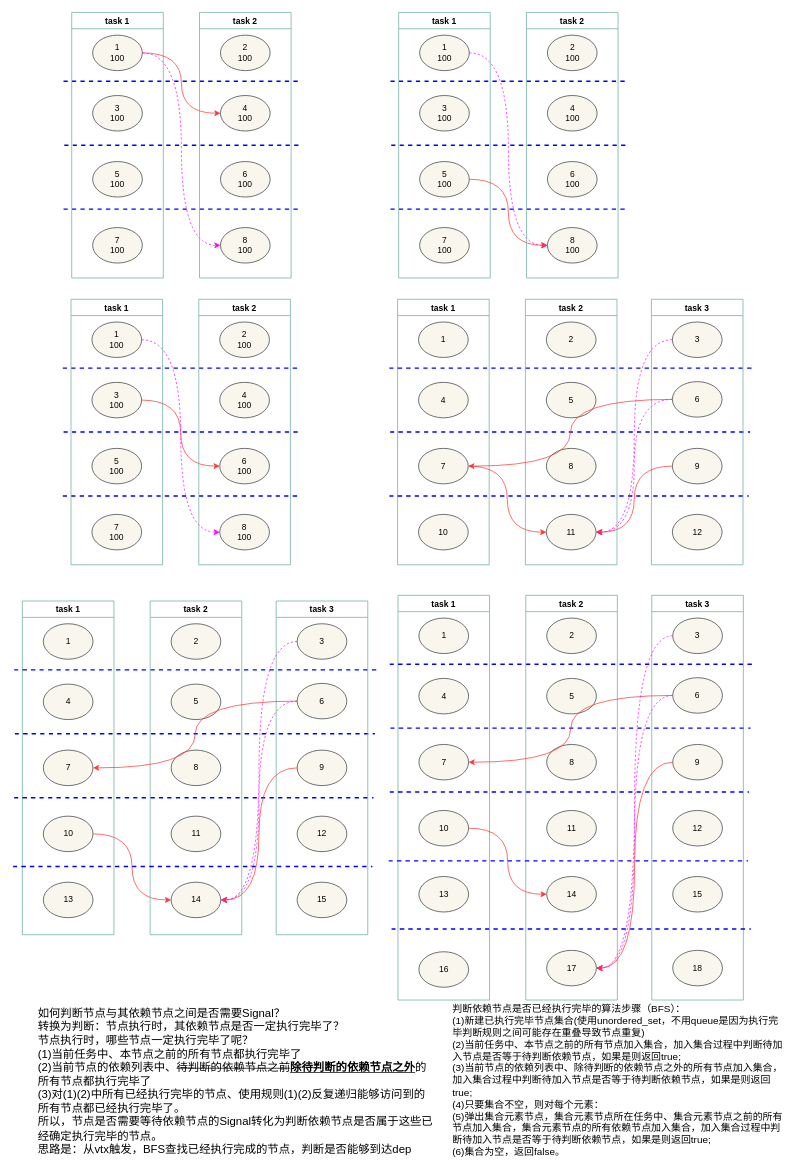
Earlier version of the draw.io diagram SimplifyDependency.drawio (Dercury/CLDK). Source tidied: cells renumbered, new cells numbered last; positions are measured from the earlier drawing's top-left corner, leaving out a move shared by most shapes. Both pictures are drawn from the tidied source at 71%, with x=0, y=0 at pixel (13, 12).
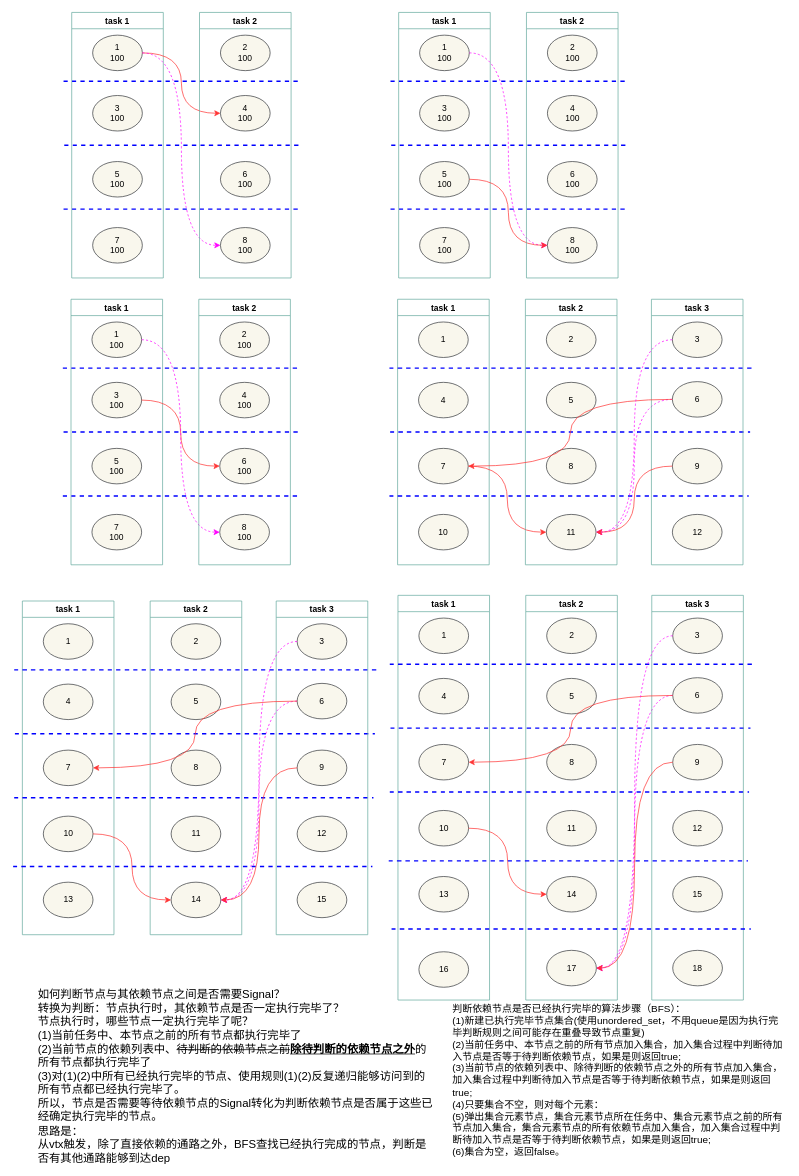
After the change.

Diff of the diagram source:
```diff
@@
-    <mxCell id="125" value="如何判断节点与其依赖节点之间是否需要Signal？&lt;br style=&quot;font-size: 16px;&quot;&gt;转换为判断：节点执行时，其依赖节点是否一定执行完毕了？&lt;br&gt;节点执行时，哪些节点一定执行完毕了呢？&lt;br style=&quot;font-size: 16px;&quot;&gt;(1)当前任务中、本节点之前的所有节点都执行完毕了&lt;br style=&quot;font-size: 16px;&quot;&gt;(2)当前节点的依赖列表中、&lt;strike&gt;待判断的依赖节点之前&lt;/strike&gt;&lt;u&gt;&lt;b&gt;除待判断的依赖节点之外&lt;/b&gt;&lt;/u&gt;的所有节点都执行完毕了&lt;br style=&quot;font-size: 16px;&quot;&gt;&lt;div style=&quot;font-size: 16px;&quot;&gt;&lt;span style=&quot;background-color: initial; font-size: 16px;&quot;&gt;(3)对(1)(2)中所有已经执行完毕的节点、使用规则(1)(2)反复递归能够访问到的所有节点都已经执行完毕了。&lt;/span&gt;&lt;/div&gt;&lt;div style=&quot;font-size: 16px;&quot;&gt;&lt;span style=&quot;background-color: initial; font-size: 16px;&quot;&gt;所以，节点是否需要等待依赖节点的Signal转化为判断依赖节点是否属于这些已经确定执行完毕的节点。&lt;/span&gt;&lt;/div&gt;&lt;div style=&quot;&quot;&gt;&lt;span style=&quot;background-color: initial;&quot;&gt;思路是：从vtx触发，BFS查找已经执行完成的节点，判断是否能够到达dep&lt;br&gt;&lt;/span&gt;&lt;/div&gt;" style="text;html=1;strokeColor=none;fillColor=none;align=left;verticalAlign=middle;whiteSpace=wrap;rounded=0;fontSize=16;spacing=2;spacingTop=0;horizontal=1;" parent="1" vertex="1">
-      <mxGeometry x="33" y="1402" width="562" height="205" as="geometry" />
+    <mxCell id="125" value="如何判断节点与其依赖节点之间是否需要Signal？&lt;br style=&quot;font-size: 16px;&quot;&gt;转换为判断：节点执行时，其依赖节点是否一定执行完毕了？&lt;br&gt;节点执行时，哪些节点一定执行完毕了呢？&lt;br style=&quot;font-size: 16px;&quot;&gt;(1)当前任务中、本节点之前的所有节点都执行完毕了&lt;br style=&quot;font-size: 16px;&quot;&gt;(2)当前节点的依赖列表中、&lt;strike&gt;待判断的依赖节点之前&lt;/strike&gt;&lt;u&gt;&lt;b&gt;除待判断的依赖节点之外&lt;/b&gt;&lt;/u&gt;的所有节点都执行完毕了&lt;br style=&quot;font-size: 16px;&quot;&gt;&lt;div style=&quot;font-size: 16px;&quot;&gt;&lt;span style=&quot;background-color: initial; font-size: 16px;&quot;&gt;(3)对(1)(2)中所有已经执行完毕的节点、使用规则(1)(2)反复递归能够访问到的所有节点都已经执行完毕了。&lt;/span&gt;&lt;/div&gt;&lt;div style=&quot;font-size: 16px;&quot;&gt;&lt;span style=&quot;background-color: initial; font-size: 16px;&quot;&gt;所以，节点是否需要等待依赖节点的Signal转化为判断依赖节点是否属于这些已经确定执行完毕的节点。&lt;/span&gt;&lt;/div&gt;&lt;div style=&quot;&quot;&gt;&lt;span style=&quot;background-color: initial;&quot;&gt;思路是：&lt;/span&gt;&lt;/div&gt;从vtx触发，除了直接依赖的通路之外，BFS查找已经执行完成的节点，判断是否有其他通路能够到达dep" style="text;html=1;strokeColor=none;fillColor=none;align=left;verticalAlign=middle;whiteSpace=wrap;rounded=0;fontSize=16;spacing=2;spacingTop=0;horizontal=1;" parent="1" vertex="1">
+      <mxGeometry x="33" y="1395" width="562" height="205" as="geometry" />
     </mxCell>
```
